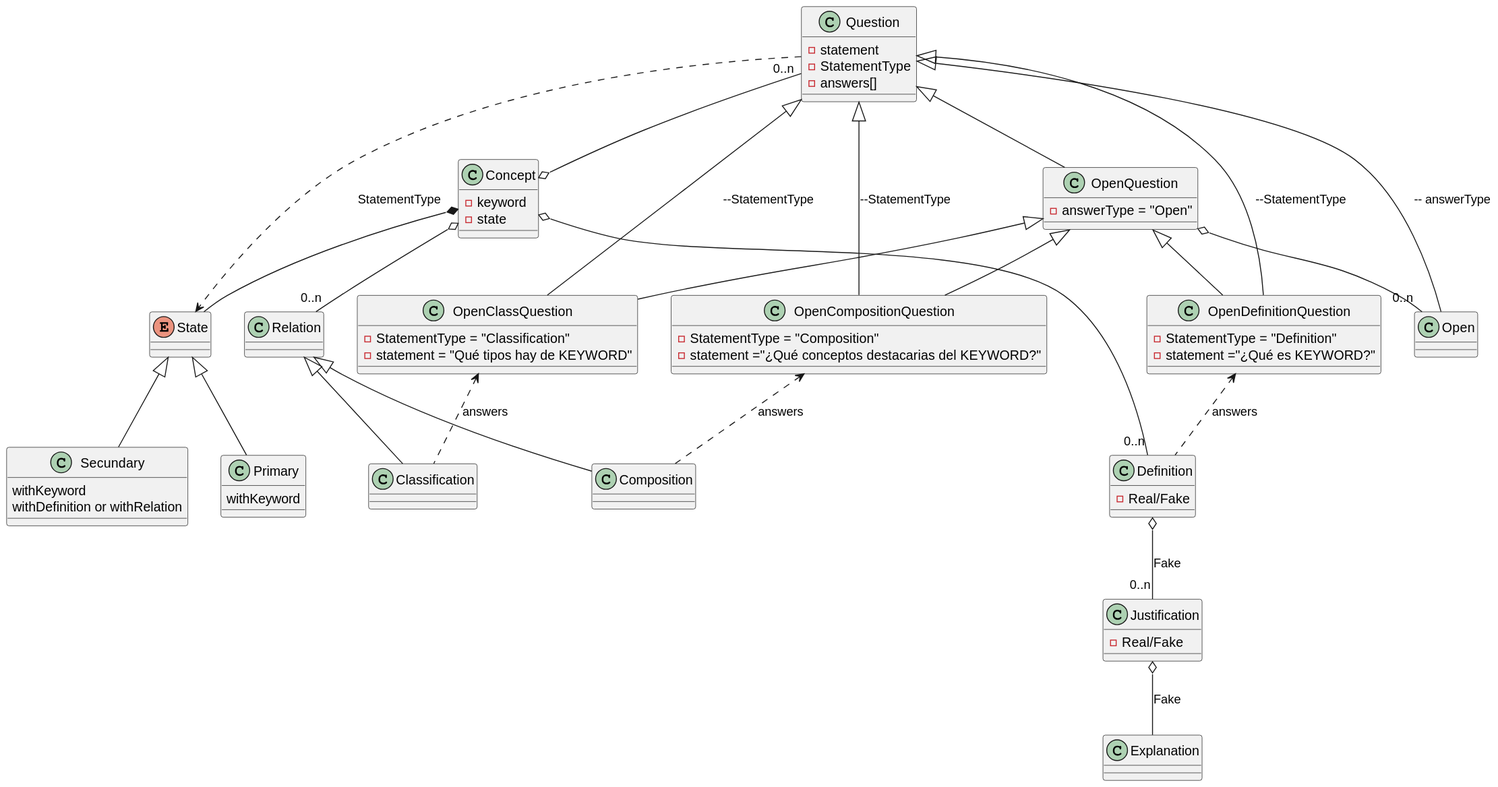
Earlier version of the PlantUML export out/doc/dominio_detail_concept/ConceptDomainDetail.svg (Joselon/ProyectoOpoTest).
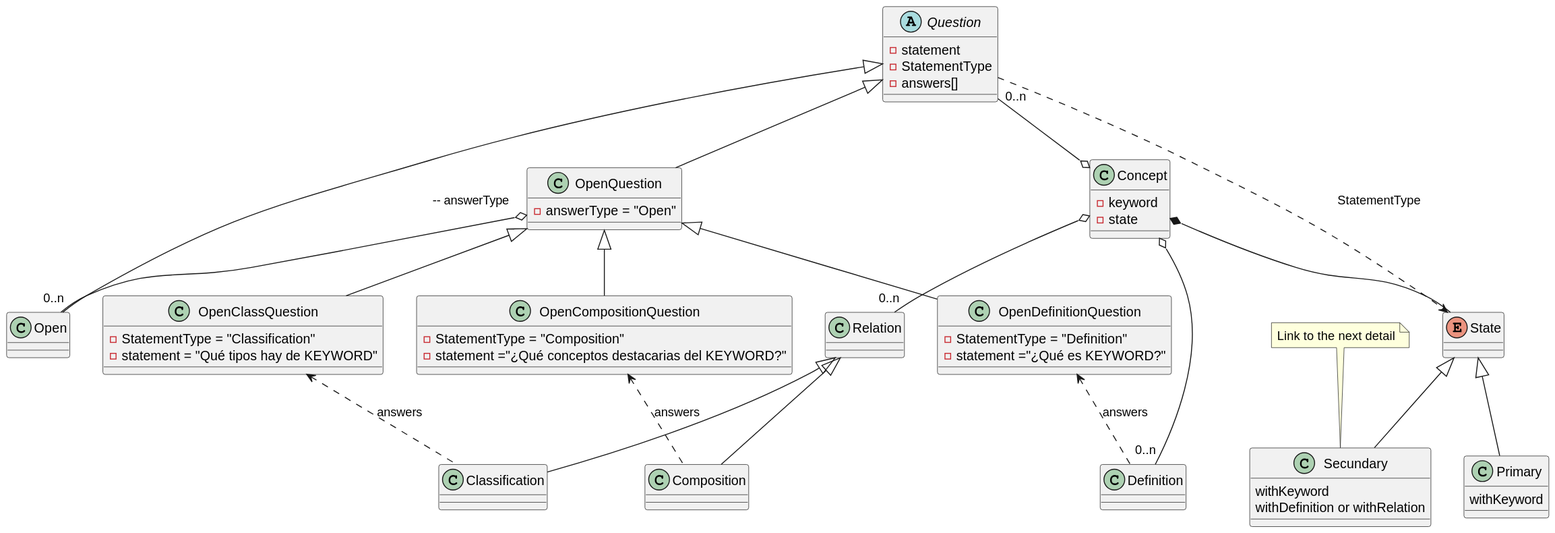
The same file after the commit.

Diff of the diagram source:
```diff
@@ -5,15 +5,8 @@
     - state
 }
 
-class Definition {
-    - Real/Fake
-}
 
-class Justification {
-    - Real/Fake
-}
 
-class Explanation
 
 class Relation
 
@@ -31,6 +24,8 @@
     withKeyword
     withDefinition or withRelation
 }
+note "Link to the next detail" as link
+link .- Secundary
 
 class OpenDefinitionQuestion {
     - StatementType = "Definition"
@@ -50,7 +45,7 @@
 
 }
 
-class Question {
+abstract class Question {
     - statement
     - StatementType
     - answers[]
@@ -70,8 +65,6 @@
 Question ..> State: StatementType
 
 Concept o--"0..n" Definition
-Definition o-- "0..n" Justification:Fake
-Justification o-- Explanation:Fake
 
 Concept o-- "0..n" Relation
 Relation <|-- Classification
@@ -80,9 +73,6 @@
 State <|-- Primary
 State <|-- Secundary
 
-Question <|-- OpenDefinitionQuestion :--StatementType
-Question <|-- OpenClassQuestion :--StatementType
-Question <|-- OpenCompositionQuestion :--StatementType
 
 OpenQuestion <|-- OpenDefinitionQuestion
 OpenDefinitionQuestion <.. Definition: answers
```
